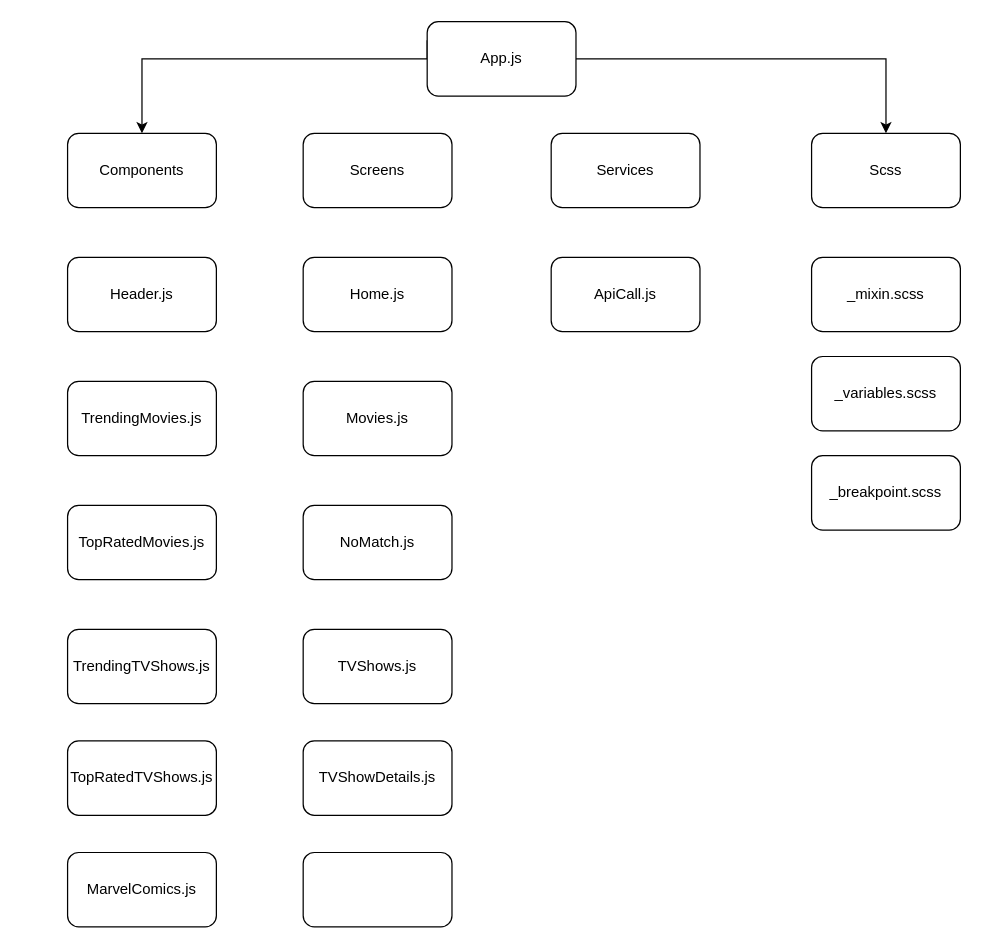
poovaic/korilla keeps this draw.io diagram as Untitled Diagram.drawio. Above is the earlier version. Source tidied: cells renumbered, new cells numbered last; positions are measured from the earlier drawing's top-left corner, leaving out a move shared by most shapes. Both pictures are drawn from the tidied source at 124%, with x=0, y=0 at pixel (67, 21).
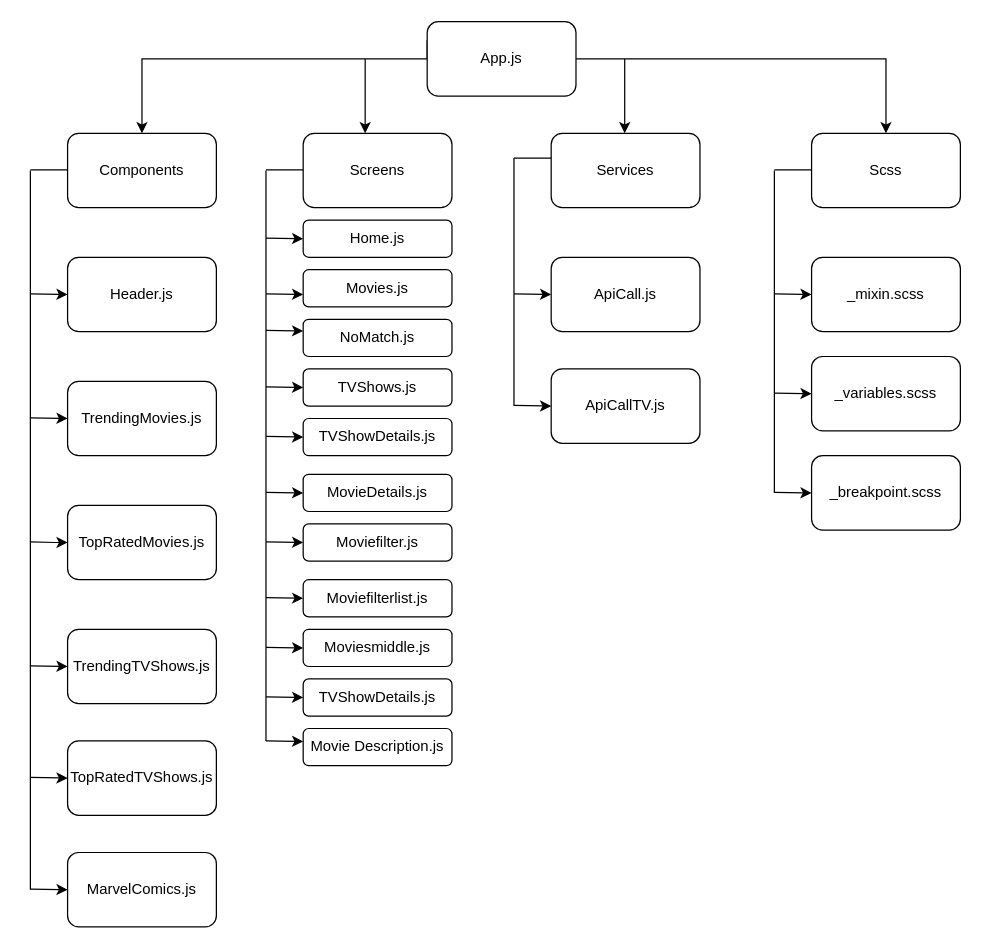
Above is the later version.

Commit message:
component-hierachy-kibpix

Change to the diagram source:
```diff
@@
-    <mxCell id="12" style="rounded=1;whiteSpace=wrap;html=1;" parent="1" vertex="1">
-      <mxGeometry x="190" y="670" width="120" height="60" as="geometry" />
+    <mxCell id="12" value="Movie Description.js" style="rounded=1;whiteSpace=wrap;html=1;" parent="1" vertex="1">
+      <mxGeometry x="190" y="570" width="120" height="30" as="geometry" />
     </mxCell>
@@
     <mxCell id="16" value="NoMatch.js" style="rounded=1;whiteSpace=wrap;html=1;" parent="1" vertex="1">
-      <mxGeometry x="190" y="390" width="120" height="60" as="geometry" />
+      <mxGeometry x="190" y="240" width="120" height="30" as="geometry" />
     </mxCell>
     <mxCell id="17" value="Movies.js" style="rounded=1;whiteSpace=wrap;html=1;" parent="1" vertex="1">
-      <mxGeometry x="190" y="290" width="120" height="60" as="geometry" />
+      <mxGeometry x="190" y="200" width="120" height="30" as="geometry" />
     </mxCell>
     <mxCell id="18" value="Home.js" style="rounded=1;whiteSpace=wrap;html=1;" parent="1" vertex="1">
-      <mxGeometry x="190" y="190" width="120" height="60" as="geometry" />
+      <mxGeometry x="190" y="160" width="120" height="30" as="geometry" />
     </mxCell>
     <mxCell id="19" value="TVShowDetails.js" style="rounded=1;whiteSpace=wrap;html=1;" parent="1" vertex="1">
-      <mxGeometry x="190" y="580" width="120" height="60" as="geometry" />
+      <mxGeometry x="190" y="320" width="120" height="30" as="geometry" />
     </mxCell>
     <mxCell id="20" value="TVShows.js" style="rounded=1;whiteSpace=wrap;html=1;" parent="1" vertex="1">
-      <mxGeometry x="190" y="490" width="120" height="60" as="geometry" />
+      <mxGeometry x="190" y="280" width="120" height="30" as="geometry" />
     </mxCell>
@@
+    <mxCell id="25" value="ApiCallTV.js" style="rounded=1;whiteSpace=wrap;html=1;" parent="1" vertex="1">
+      <mxGeometry x="390" y="280" width="120" height="60" as="geometry" />
+    </mxCell>
+    <mxCell id="26" style="endArrow=none;html=1;rounded=0;" parent="1" edge="1">
+      <mxGeometry relative="1" as="geometry">
+        <mxPoint x="360" y="310" as="sourcePoint" />
+        <mxPoint x="360" y="110" as="targetPoint" />
+      </mxGeometry>
+    </mxCell>
+    <mxCell id="27" style="endArrow=none;html=1;rounded=0;" parent="1" edge="1">
+      <mxGeometry relative="1" as="geometry">
+        <mxPoint x="-30" y="700" as="sourcePoint" />
+        <mxPoint x="-30" y="120" as="targetPoint" />
+      </mxGeometry>
+    </mxCell>
+    <mxCell id="28" style="endArrow=none;html=1;rounded=0;" parent="1" edge="1">
+      <mxGeometry relative="1" as="geometry">
+        <mxPoint x="160" y="580" as="sourcePoint" />
+        <mxPoint x="160" y="120" as="targetPoint" />
+      </mxGeometry>
+    </mxCell>
+    <mxCell id="29" style="endArrow=none;html=1;rounded=0;" parent="1" edge="1">
+      <mxGeometry relative="1" as="geometry">
+        <mxPoint x="570" y="380" as="sourcePoint" />
+        <mxPoint x="570" y="120" as="targetPoint" />
+      </mxGeometry>
+    </mxCell>
+    <mxCell id="30" style="endArrow=classic;html=1;rounded=0;" parent="1" edge="1">
+      <mxGeometry relative="1" as="geometry">
+        <mxPoint x="-30" y="219.5" as="sourcePoint" />
+        <mxPoint y="220" as="targetPoint" />
+      </mxGeometry>
+    </mxCell>
+    <mxCell id="31" style="endArrow=classic;html=1;rounded=0;" parent="1" edge="1">
+      <mxGeometry relative="1" as="geometry">
+        <mxPoint x="570" y="299.5" as="sourcePoint" />
+        <mxPoint x="600" y="300" as="targetPoint" />
+      </mxGeometry>
+    </mxCell>
+    <mxCell id="32" style="endArrow=classic;html=1;rounded=0;" parent="1" edge="1">
+      <mxGeometry relative="1" as="geometry">
+        <mxPoint x="570" y="379.5" as="sourcePoint" />
+        <mxPoint x="600" y="380" as="targetPoint" />
+      </mxGeometry>
+    </mxCell>
+    <mxCell id="33" style="endArrow=classic;html=1;rounded=0;" parent="1" edge="1">
+      <mxGeometry relative="1" as="geometry">
+        <mxPoint x="570" y="219.5" as="sourcePoint" />
+        <mxPoint x="600" y="220" as="targetPoint" />
+      </mxGeometry>
+    </mxCell>
+    <mxCell id="34" style="endArrow=classic;html=1;rounded=0;" parent="1" edge="1">
+      <mxGeometry relative="1" as="geometry">
+        <mxPoint x="-30" y="319.5" as="sourcePoint" />
+        <mxPoint y="320" as="targetPoint" />
+      </mxGeometry>
+    </mxCell>
+    <mxCell id="35" style="endArrow=classic;html=1;rounded=0;" parent="1" edge="1">
+      <mxGeometry relative="1" as="geometry">
+        <mxPoint x="-30" y="419.5" as="sourcePoint" />
+        <mxPoint y="420" as="targetPoint" />
+        <Array as="points">
+          <mxPoint x="-10" y="420" />
+        </Array>
+      </mxGeometry>
+    </mxCell>
+    <mxCell id="36" style="endArrow=classic;html=1;rounded=0;" parent="1" edge="1">
+      <mxGeometry relative="1" as="geometry">
+        <mxPoint x="-30" y="519.5" as="sourcePoint" />
+        <mxPoint y="520" as="targetPoint" />
+      </mxGeometry>
+    </mxCell>
+    <mxCell id="37" style="endArrow=classic;html=1;rounded=0;" parent="1" edge="1">
+      <mxGeometry relative="1" as="geometry">
+        <mxPoint x="-30" y="609.5" as="sourcePoint" />
+        <mxPoint y="610" as="targetPoint" />
+      </mxGeometry>
+    </mxCell>
+    <mxCell id="38" style="endArrow=classic;html=1;rounded=0;" parent="1" edge="1">
+      <mxGeometry relative="1" as="geometry">
+        <mxPoint x="-30" y="699.5" as="sourcePoint" />
+        <mxPoint y="700" as="targetPoint" />
+      </mxGeometry>
+    </mxCell>
+    <mxCell id="39" style="endArrow=classic;html=1;rounded=0;" parent="1" edge="1">
+      <mxGeometry relative="1" as="geometry">
+        <mxPoint x="160" y="219.5" as="sourcePoint" />
+        <mxPoint x="190" y="220" as="targetPoint" />
+      </mxGeometry>
+    </mxCell>
+    <mxCell id="40" style="endArrow=classic;html=1;rounded=0;" parent="1" edge="1">
+      <mxGeometry relative="1" as="geometry">
+        <mxPoint x="160" y="249" as="sourcePoint" />
+        <mxPoint x="190" y="249.5" as="targetPoint" />
+      </mxGeometry>
+    </mxCell>
+    <mxCell id="41" style="endArrow=classic;html=1;rounded=0;" parent="1" edge="1">
+      <mxGeometry relative="1" as="geometry">
+        <mxPoint x="160" y="294.5" as="sourcePoint" />
+        <mxPoint x="190" y="295" as="targetPoint" />
+      </mxGeometry>
+    </mxCell>
+    <mxCell id="42" style="endArrow=classic;html=1;rounded=0;" parent="1" edge="1">
+      <mxGeometry relative="1" as="geometry">
+        <mxPoint x="160" y="334.5" as="sourcePoint" />
+        <mxPoint x="190" y="335" as="targetPoint" />
+      </mxGeometry>
+    </mxCell>
+    <mxCell id="43" style="endArrow=classic;html=1;rounded=0;" parent="1" edge="1">
+      <mxGeometry relative="1" as="geometry">
+        <mxPoint x="160" y="379.5" as="sourcePoint" />
+        <mxPoint x="190" y="380" as="targetPoint" />
+      </mxGeometry>
+    </mxCell>
+    <mxCell id="44" style="endArrow=classic;html=1;rounded=0;" parent="1" edge="1">
+      <mxGeometry relative="1" as="geometry">
+        <mxPoint x="160" y="580" as="sourcePoint" />
+        <mxPoint x="190" y="580.5" as="targetPoint" />
+      </mxGeometry>
+    </mxCell>
+    <mxCell id="45" style="endArrow=classic;html=1;rounded=0;" parent="1" edge="1">
+      <mxGeometry relative="1" as="geometry">
+        <mxPoint x="360" y="219.5" as="sourcePoint" />
+        <mxPoint x="390" y="220" as="targetPoint" />
+      </mxGeometry>
+    </mxCell>
+    <mxCell id="46" style="endArrow=classic;html=1;rounded=0;" parent="1" edge="1">
+      <mxGeometry relative="1" as="geometry">
+        <mxPoint x="160" y="174.5" as="sourcePoint" />
+        <mxPoint x="190" y="175" as="targetPoint" />
+      </mxGeometry>
+    </mxCell>
+    <mxCell id="47" style="endArrow=classic;html=1;rounded=0;" parent="1" edge="1">
+      <mxGeometry relative="1" as="geometry">
+        <mxPoint x="360" y="309.5" as="sourcePoint" />
+        <mxPoint x="390" y="310" as="targetPoint" />
+      </mxGeometry>
+    </mxCell>
+    <mxCell id="48" style="endArrow=none;html=1;rounded=0;" parent="1" edge="1">
+      <mxGeometry relative="1" as="geometry">
+        <mxPoint x="-30" y="119.5" as="sourcePoint" />
+        <mxPoint y="119.5" as="targetPoint" />
+      </mxGeometry>
+    </mxCell>
+    <mxCell id="49" style="endArrow=none;html=1;rounded=0;" parent="1" edge="1">
+      <mxGeometry relative="1" as="geometry">
+        <mxPoint x="160" y="119.5" as="sourcePoint" />
+        <mxPoint x="190" y="119.5" as="targetPoint" />
+      </mxGeometry>
+    </mxCell>
+    <mxCell id="50" style="endArrow=none;html=1;rounded=0;" parent="1" edge="1">
+      <mxGeometry relative="1" as="geometry">
+        <mxPoint x="360" y="110" as="sourcePoint" />
+        <mxPoint x="390" y="110" as="targetPoint" />
+      </mxGeometry>
+    </mxCell>
+    <mxCell id="51" style="endArrow=none;html=1;rounded=0;" parent="1" edge="1">
+      <mxGeometry relative="1" as="geometry">
+        <mxPoint x="570" y="119.5" as="sourcePoint" />
+        <mxPoint x="600" y="119.5" as="targetPoint" />
+      </mxGeometry>
+    </mxCell>
+    <mxCell id="52" value="MovieDetails.js" style="rounded=1;whiteSpace=wrap;html=1;" parent="1" vertex="1">
+      <mxGeometry x="190" y="365" width="120" height="30" as="geometry" />
+    </mxCell>
+    <mxCell id="53" value="Moviefilter.js" style="rounded=1;whiteSpace=wrap;html=1;" parent="1" vertex="1">
+      <mxGeometry x="190" y="405" width="120" height="30" as="geometry" />
+    </mxCell>
+    <mxCell id="54" value="Moviefilterlist.js" style="rounded=1;whiteSpace=wrap;html=1;" parent="1" vertex="1">
+      <mxGeometry x="190" y="450" width="120" height="30" as="geometry" />
+    </mxCell>
+    <mxCell id="55" value="Moviesmiddle.js" style="rounded=1;whiteSpace=wrap;html=1;" parent="1" vertex="1">
+      <mxGeometry x="190" y="490" width="120" height="30" as="geometry" />
+    </mxCell>
+    <mxCell id="56" value="TVShowDetails.js" style="rounded=1;whiteSpace=wrap;html=1;" parent="1" vertex="1">
+      <mxGeometry x="190" y="530" width="120" height="30" as="geometry" />
+    </mxCell>
+    <mxCell id="57" style="endArrow=classic;html=1;rounded=0;" parent="1" edge="1">
+      <mxGeometry relative="1" as="geometry">
+        <mxPoint x="160" y="419.5" as="sourcePoint" />
+        <mxPoint x="190" y="420" as="targetPoint" />
+      </mxGeometry>
+    </mxCell>
+    <mxCell id="58" style="endArrow=classic;html=1;rounded=0;" parent="1" edge="1">
+      <mxGeometry relative="1" as="geometry">
+        <mxPoint x="160" y="464.5" as="sourcePoint" />
+        <mxPoint x="190" y="465" as="targetPoint" />
+      </mxGeometry>
+    </mxCell>
+    <mxCell id="59" style="endArrow=classic;html=1;rounded=0;" parent="1" edge="1">
+      <mxGeometry relative="1" as="geometry">
+        <mxPoint x="160" y="504.5" as="sourcePoint" />
+        <mxPoint x="190" y="505" as="targetPoint" />
+      </mxGeometry>
+    </mxCell>
+    <mxCell id="60" style="endArrow=classic;html=1;rounded=0;" parent="1" edge="1">
+      <mxGeometry relative="1" as="geometry">
+        <mxPoint x="160" y="544.5" as="sourcePoint" />
+        <mxPoint x="190" y="545" as="targetPoint" />
+      </mxGeometry>
+    </mxCell>
+    <mxCell id="61" style="endArrow=classic;html=1;rounded=0;" parent="1" edge="1">
+      <mxGeometry relative="1" as="geometry">
+        <mxPoint x="240" y="30" as="sourcePoint" />
+        <mxPoint x="240" y="90" as="targetPoint" />
+      </mxGeometry>
+    </mxCell>
+    <mxCell id="62" style="endArrow=classic;html=1;rounded=0;" parent="1" edge="1">
+      <mxGeometry relative="1" as="geometry">
+        <mxPoint x="449.3" y="30" as="sourcePoint" />
+        <mxPoint x="449.3" y="90" as="targetPoint" />
+      </mxGeometry>
+    </mxCell>
```
